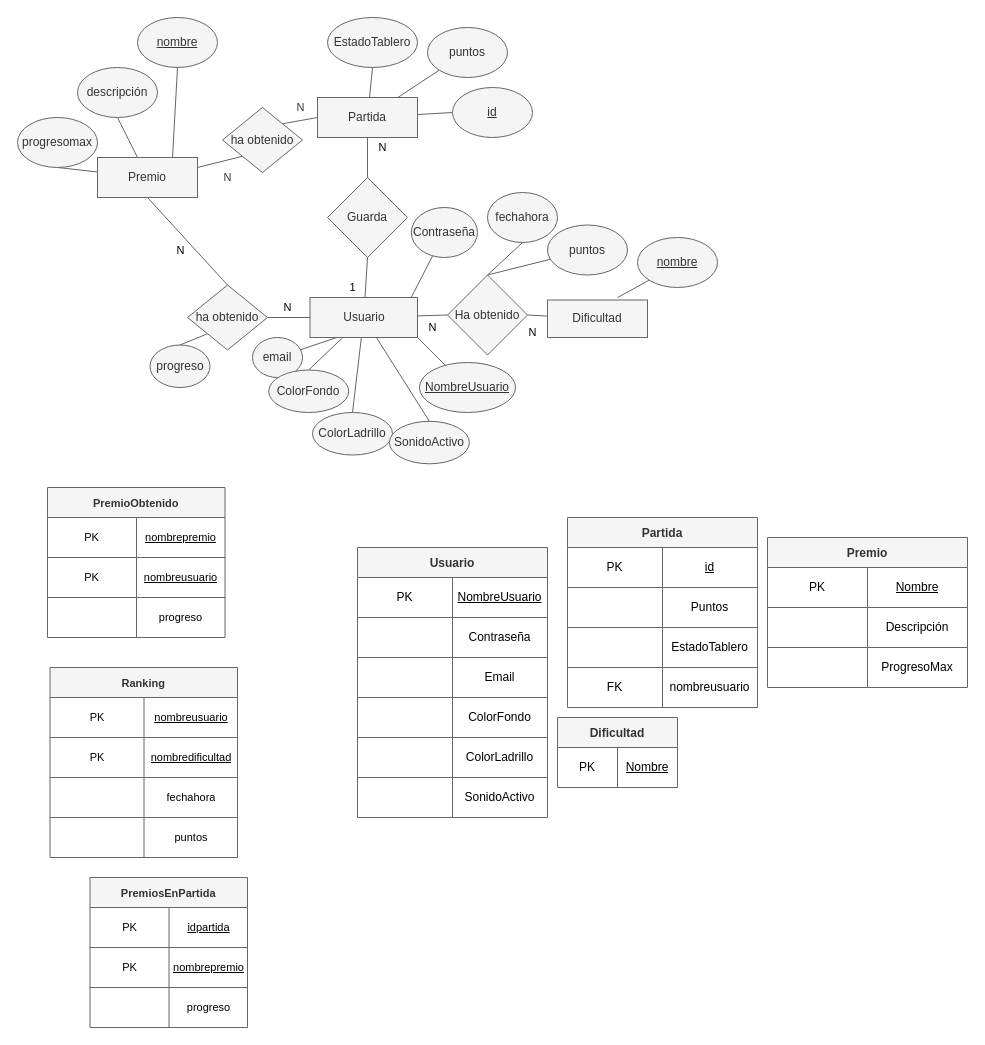
Above: documentacion/dbdd.drawio in mikel-egana-aranguren/ADSI-22-23-Tetris (draw.io), before the change. Source tidied: cells renumbered, new cells numbered last; positions are measured from the earlier drawing's top-left corner, leaving out a move shared by most shapes. Both pictures are drawn from the tidied source at 100%, with x=0, y=0 at pixel (17, 17).
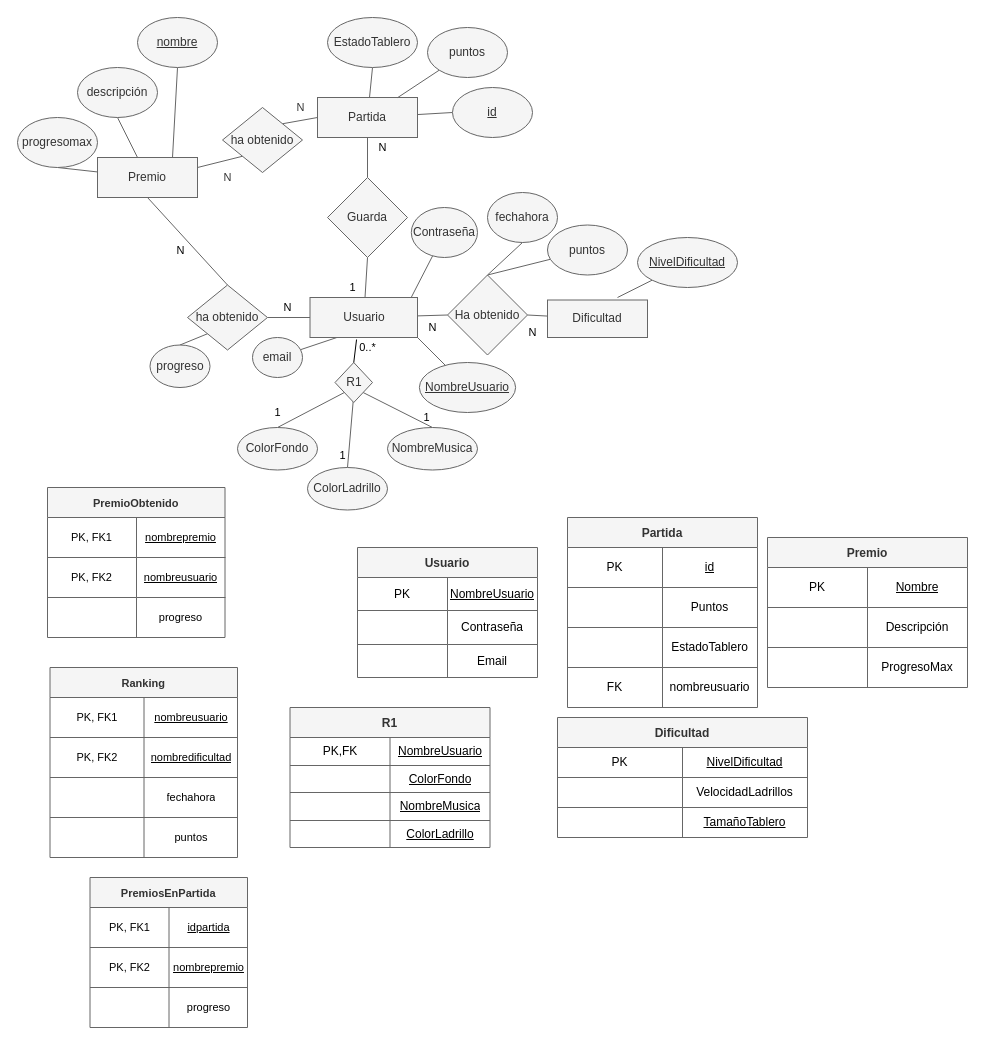
The same diagram, later.

Unchanged cells that the change refers to:
```xml
<mxCell id="33" value="Usuario" style="rounded=0;whiteSpace=wrap;html=1;fillColor=#f5f5f5;fontColor=#333333;strokeColor=#666666;" parent="1" vertex="1">
  <mxGeometry x="292.5" y="280" width="107.5" height="40" as="geometry" />
</mxCell>
<mxCell id="100" style="shape=partialRectangle;html=1;whiteSpace=wrap;fillColor=none;top=0;left=0;bottom=0;right=0;fontFamily=Helvetica;fontSize=11;fontColor=#000000;" parent="99" vertex="1">
  <mxGeometry y="30" width="177.5" height="40" as="geometry" />
</mxCell>
<mxCell id="103" style="shape=partialRectangle;html=1;whiteSpace=wrap;fillColor=none;top=0;left=0;bottom=0;right=0;fontFamily=Helvetica;fontSize=11;fontColor=#000000;" parent="99" vertex="1">
  <mxGeometry y="70" width="177.5" height="40" as="geometry" />
</mxCell>
<mxCell id="110" style="shape=partialRectangle;html=1;whiteSpace=wrap;fillColor=none;top=0;left=0;bottom=0;right=0;fontFamily=Helvetica;fontSize=11;fontColor=#000000;" parent="109" vertex="1">
  <mxGeometry y="30" width="187.5" height="40" as="geometry" />
</mxCell>
<mxCell id="113" style="shape=partialRectangle;html=1;whiteSpace=wrap;fillColor=none;top=0;left=0;bottom=0;right=0;fontFamily=Helvetica;fontSize=11;fontColor=#000000;" parent="109" vertex="1">
  <mxGeometry y="70" width="187.5" height="40" as="geometry" />
</mxCell>
<mxCell id="128" style="shape=partialRectangle;html=1;whiteSpace=wrap;fillColor=none;top=0;left=0;bottom=0;right=0;fontFamily=Helvetica;fontSize=11;fontColor=#000000;" parent="127" vertex="1">
  <mxGeometry y="30" width="157.5" height="40" as="geometry" />
</mxCell>
<mxCell id="131" style="shape=partialRectangle;html=1;whiteSpace=wrap;fillColor=none;top=0;left=0;bottom=0;right=0;fontFamily=Helvetica;fontSize=11;fontColor=#000000;" parent="127" vertex="1">
  <mxGeometry y="70" width="157.5" height="40" as="geometry" />
</mxCell>
```

What changed in the source:
```diff
@@
     <mxCell id="12" value="Dificultad" style="shape=table;startSize=30;childLayout=tableLayout;fontStyle=1;align=center;fontColor=#333333;strokeColor=#666666;fillColor=#f5f5f5;" parent="1" vertex="1">
-      <mxGeometry x="540" y="700" width="120" height="70" as="geometry" />
+      <mxGeometry x="540" y="700" width="250" height="120" as="geometry" />
     </mxCell>
     <mxCell id="13" style="shape=partialRectangle;html=1;whiteSpace=wrap;fillColor=none;top=0;left=0;bottom=0;right=0;fontColor=#000000;strokeColor=#000000;" parent="12" vertex="1">
-      <mxGeometry y="30" width="120" height="40" as="geometry" />
+      <mxGeometry y="30" width="250" height="30" as="geometry" />
     </mxCell>
     <mxCell id="14" value="PK" style="shape=partialRectangle;html=1;whiteSpace=wrap;fillColor=none;top=0;left=0;bottom=0;right=0;overflow=hidden;fontColor=#000000;strokeColor=#000000;" parent="13" vertex="1">
-      <mxGeometry width="60" height="40" as="geometry" />
+      <mxGeometry width="125" height="30" as="geometry" />
     </mxCell>
-    <mxCell id="15" value="&lt;u&gt;Nombre&lt;/u&gt;" style="shape=partialRectangle;html=1;whiteSpace=wrap;fillColor=none;top=0;left=0;bottom=0;right=0;overflow=hidden;fontColor=#000000;strokeColor=#000000;" parent="13" vertex="1">
-      <mxGeometry x="60" width="60" height="40" as="geometry" />
+    <mxCell id="15" value="&lt;u&gt;NivelDificultad&lt;/u&gt;" style="shape=partialRectangle;html=1;whiteSpace=wrap;fillColor=none;top=0;left=0;bottom=0;right=0;overflow=hidden;fontColor=#000000;strokeColor=#000000;" parent="13" vertex="1">
+      <mxGeometry x="125" width="125" height="30" as="geometry" />
     </mxCell>
+    <mxCell id="137" style="shape=partialRectangle;html=1;whiteSpace=wrap;fillColor=none;top=0;left=0;bottom=0;right=0;fontColor=#000000;strokeColor=#000000;" parent="12" vertex="1">
+      <mxGeometry y="60" width="250" height="30" as="geometry" />
+    </mxCell>
+    <mxCell id="138" style="shape=partialRectangle;html=1;whiteSpace=wrap;fillColor=none;top=0;left=0;bottom=0;right=0;overflow=hidden;fontColor=#000000;strokeColor=#000000;" parent="137" vertex="1">
+      <mxGeometry width="125" height="30" as="geometry" />
+    </mxCell>
+    <mxCell id="139" value="VelocidadLadrillos" style="shape=partialRectangle;html=1;whiteSpace=wrap;fillColor=none;top=0;left=0;bottom=0;right=0;overflow=hidden;fontColor=#000000;strokeColor=#000000;" parent="137" vertex="1">
+      <mxGeometry x="125" width="125" height="30" as="geometry" />
+    </mxCell>
+    <mxCell id="140" style="shape=partialRectangle;html=1;whiteSpace=wrap;fillColor=none;top=0;left=0;bottom=0;right=0;fontColor=#000000;strokeColor=#000000;" parent="12" vertex="1">
+      <mxGeometry y="90" width="250" height="30" as="geometry" />
+    </mxCell>
+    <mxCell id="141" style="shape=partialRectangle;html=1;whiteSpace=wrap;fillColor=none;top=0;left=0;bottom=0;right=0;overflow=hidden;fontColor=#000000;strokeColor=default;strokeWidth=1;" parent="140" vertex="1">
+      <mxGeometry width="125" height="30" as="geometry" />
+    </mxCell>
+    <mxCell id="142" value="&lt;u&gt;TamañoTablero&lt;/u&gt;" style="shape=partialRectangle;html=1;whiteSpace=wrap;fillColor=none;top=0;left=0;bottom=0;right=0;overflow=hidden;fontColor=#000000;strokeColor=#000000;" parent="140" vertex="1">
+      <mxGeometry x="125" width="125" height="30" as="geometry" />
+    </mxCell>
@@
-    <mxCell id="61" value="&lt;u&gt;nombre&lt;/u&gt;" style="ellipse;whiteSpace=wrap;html=1;rounded=0;fontFamily=Helvetica;fontSize=12;fontColor=#333333;strokeColor=#666666;fillColor=#f5f5f5;" parent="1" vertex="1">
-      <mxGeometry x="620" y="220" width="80" height="50" as="geometry" />
+    <mxCell id="61" value="&lt;u&gt;NivelDificultad&lt;/u&gt;" style="ellipse;whiteSpace=wrap;html=1;rounded=0;fontFamily=Helvetica;fontSize=12;fontColor=#333333;strokeColor=#666666;fillColor=#f5f5f5;" parent="1" vertex="1">
+      <mxGeometry x="620" y="220" width="100" height="50" as="geometry" />
     </mxCell>
@@
-    <mxCell id="74" style="edgeStyle=none;shape=connector;rounded=1;html=1;exitX=0.5;exitY=0;exitDx=0;exitDy=0;labelBackgroundColor=default;fontFamily=Helvetica;fontSize=11;fontColor=#000000;endArrow=none;endFill=0;strokeColor=#666666;fillColor=#f5f5f5;" parent="1" edge="1" source="75" target="33">
+    <mxCell id="74" style="edgeStyle=none;shape=connector;rounded=1;html=1;exitX=0.5;exitY=0;exitDx=0;exitDy=0;labelBackgroundColor=default;fontFamily=Helvetica;fontSize=11;fontColor=#000000;endArrow=none;endFill=0;strokeColor=#666666;fillColor=#f5f5f5;entryX=0;entryY=1;entryDx=0;entryDy=0;" parent="1" edge="1" source="75" target="143">
       <mxGeometry relative="1" as="geometry" />
     </mxCell>
     <mxCell id="75" value="ColorFondo" style="ellipse;whiteSpace=wrap;html=1;rounded=0;fontFamily=Helvetica;fontSize=12;fontColor=#333333;strokeColor=#666666;fillColor=#f5f5f5;" parent="1" vertex="1">
-      <mxGeometry x="251.2" y="352.5" width="80" height="42.5" as="geometry" />
+      <mxGeometry x="220" y="410" width="80" height="42.5" as="geometry" />
     </mxCell>
-    <mxCell id="76" style="edgeStyle=none;shape=connector;rounded=1;html=1;exitX=0.5;exitY=0;exitDx=0;exitDy=0;labelBackgroundColor=default;fontFamily=Helvetica;fontSize=11;fontColor=#000000;endArrow=none;endFill=0;strokeColor=#666666;fillColor=#f5f5f5;" parent="1" edge="1" source="77" target="33">
-      <mxGeometry relative="1" as="geometry" />
+    <mxCell id="76" style="edgeStyle=none;shape=connector;rounded=1;html=1;exitX=0.5;exitY=0;exitDx=0;exitDy=0;labelBackgroundColor=default;fontFamily=Helvetica;fontSize=11;fontColor=#000000;endArrow=none;endFill=0;strokeColor=#666666;fillColor=#f5f5f5;" parent="1" edge="1" source="77">
+      <mxGeometry relative="1" as="geometry">
+        <mxPoint x="336" y="380" as="targetPoint" />
+      </mxGeometry>
     </mxCell>
     <mxCell id="77" value="ColorLadrillo" style="ellipse;whiteSpace=wrap;html=1;rounded=0;fontFamily=Helvetica;fontSize=12;fontColor=#333333;strokeColor=#666666;fillColor=#f5f5f5;" parent="1" vertex="1">
-      <mxGeometry x="295" y="395" width="80" height="42.5" as="geometry" />
+      <mxGeometry x="290" y="450" width="80" height="42.5" as="geometry" />
     </mxCell>
-    <mxCell id="78" style="edgeStyle=none;shape=connector;rounded=1;html=1;exitX=0.5;exitY=0;exitDx=0;exitDy=0;labelBackgroundColor=default;fontFamily=Helvetica;fontSize=11;fontColor=#000000;endArrow=none;endFill=0;strokeColor=#666666;fillColor=#f5f5f5;" parent="1" edge="1" source="79" target="33">
+    <mxCell id="78" style="edgeStyle=none;shape=connector;rounded=1;html=1;exitX=0.5;exitY=0;exitDx=0;exitDy=0;labelBackgroundColor=default;fontFamily=Helvetica;fontSize=11;fontColor=#000000;endArrow=none;endFill=0;strokeColor=#666666;fillColor=#f5f5f5;entryX=1;entryY=1;entryDx=0;entryDy=0;" parent="1" edge="1" source="79" target="143">
       <mxGeometry relative="1" as="geometry" />
     </mxCell>
-    <mxCell id="79" value="SonidoActivo" style="ellipse;whiteSpace=wrap;html=1;rounded=0;fontFamily=Helvetica;fontSize=12;fontColor=#333333;strokeColor=#666666;fillColor=#f5f5f5;" parent="1" vertex="1">
-      <mxGeometry x="371.9" y="403.8" width="80" height="42.5" as="geometry" />
+    <mxCell id="79" value="NombreMusica" style="ellipse;whiteSpace=wrap;html=1;rounded=0;fontFamily=Helvetica;fontSize=12;fontColor=#333333;strokeColor=#666666;fillColor=#f5f5f5;" parent="1" vertex="1">
+      <mxGeometry x="370" y="410" width="90" height="42.5" as="geometry" />
     </mxCell>
     <mxCell id="80" value="Usuario" style="shape=table;startSize=30;childLayout=tableLayout;fontStyle=1;align=center;fontColor=#333333;strokeColor=#666666;fillColor=#f5f5f5;" parent="1" vertex="1">
-      <mxGeometry x="340" y="530" width="190" height="270" as="geometry" />
+      <mxGeometry x="340" y="530" width="180" height="130" as="geometry" />
     </mxCell>
     <mxCell id="81" style="shape=partialRectangle;html=1;whiteSpace=wrap;fillColor=none;top=0;left=0;bottom=0;right=0;fontColor=#000000;strokeColor=#000000;" parent="80" vertex="1">
-      <mxGeometry y="30" width="190" height="40" as="geometry" />
+      <mxGeometry y="30" width="180" height="33" as="geometry" />
     </mxCell>
     <mxCell id="82" value="PK" style="shape=partialRectangle;html=1;whiteSpace=wrap;fillColor=none;top=0;left=0;bottom=0;right=0;overflow=hidden;fontColor=#000000;strokeColor=#000000;" parent="81" vertex="1">
-      <mxGeometry width="95" height="40" as="geometry" />
+      <mxGeometry width="90" height="33" as="geometry" />
     </mxCell>
     <mxCell id="83" value="&lt;u&gt;NombreUsuario&lt;/u&gt;" style="shape=partialRectangle;html=1;whiteSpace=wrap;fillColor=none;top=0;left=0;bottom=0;right=0;overflow=hidden;fontColor=#000000;strokeColor=#000000;" parent="81" vertex="1">
-      <mxGeometry x="95" width="95" height="40" as="geometry" />
+      <mxGeometry x="90" width="90" height="33" as="geometry" />
     </mxCell>
     <mxCell id="84" style="shape=partialRectangle;html=1;whiteSpace=wrap;fillColor=none;top=0;left=0;bottom=0;right=0;fontColor=#000000;strokeColor=#000000;" parent="80" vertex="1">
-      <mxGeometry y="70" width="190" height="40" as="geometry" />
+      <mxGeometry y="63" width="180" height="34" as="geometry" />
     </mxCell>
     <mxCell id="85" style="shape=partialRectangle;html=1;whiteSpace=wrap;fillColor=none;top=0;left=0;bottom=0;right=0;overflow=hidden;fontColor=#000000;strokeColor=#000000;" parent="84" vertex="1">
-      <mxGeometry width="95" height="40" as="geometry" />
+      <mxGeometry width="90" height="34" as="geometry" />
     </mxCell>
     <mxCell id="86" value="Contraseña" style="shape=partialRectangle;html=1;whiteSpace=wrap;fillColor=none;top=0;left=0;bottom=0;right=0;overflow=hidden;fontColor=#000000;strokeColor=#000000;" parent="84" vertex="1">
-      <mxGeometry x="95" width="95" height="40" as="geometry" />
+      <mxGeometry x="90" width="90" height="34" as="geometry" />
     </mxCell>
     <mxCell id="87" style="shape=partialRectangle;html=1;whiteSpace=wrap;fillColor=none;top=0;left=0;bottom=0;right=0;fontColor=#000000;strokeColor=#000000;" parent="80" vertex="1">
-      <mxGeometry y="110" width="190" height="40" as="geometry" />
+      <mxGeometry y="97" width="180" height="33" as="geometry" />
     </mxCell>
     <mxCell id="88" style="shape=partialRectangle;html=1;whiteSpace=wrap;fillColor=none;top=0;left=0;bottom=0;right=0;overflow=hidden;fontColor=#000000;strokeColor=#000000;" parent="87" vertex="1">
-      <mxGeometry width="95" height="40" as="geometry" />
+      <mxGeometry width="90" height="33" as="geometry" />
     </mxCell>
     <mxCell id="89" value="Email" style="shape=partialRectangle;html=1;whiteSpace=wrap;fillColor=none;top=0;left=0;bottom=0;right=0;overflow=hidden;fontColor=#000000;strokeColor=#000000;" parent="87" vertex="1">
-      <mxGeometry x="95" width="95" height="40" as="geometry" />
+      <mxGeometry x="90" width="90" height="33" as="geometry" />
     </mxCell>
-    <mxCell id="90" style="shape=partialRectangle;html=1;whiteSpace=wrap;fillColor=none;top=0;left=0;bottom=0;right=0;fontColor=#000000;strokeColor=#000000;" parent="80" vertex="1">
-      <mxGeometry y="150" width="190" height="40" as="geometry" />
-    </mxCell>
-    <mxCell id="91" style="shape=partialRectangle;html=1;whiteSpace=wrap;fillColor=none;top=0;left=0;bottom=0;right=0;overflow=hidden;fontColor=#000000;strokeColor=#000000;" parent="90" vertex="1">
-      <mxGeometry width="95" height="40" as="geometry" />
-    </mxCell>
-    <mxCell id="92" value="ColorFondo" style="shape=partialRectangle;html=1;whiteSpace=wrap;fillColor=none;top=0;left=0;bottom=0;right=0;overflow=hidden;fontColor=#000000;strokeColor=#000000;" parent="90" vertex="1">
-      <mxGeometry x="95" width="95" height="40" as="geometry" />
-    </mxCell>
-    <mxCell id="93" style="shape=partialRectangle;html=1;whiteSpace=wrap;fillColor=none;top=0;left=0;bottom=0;right=0;fontColor=#000000;strokeColor=#000000;" parent="80" vertex="1">
-      <mxGeometry y="190" width="190" height="40" as="geometry" />
-    </mxCell>
-    <mxCell id="94" style="shape=partialRectangle;html=1;whiteSpace=wrap;fillColor=none;top=0;left=0;bottom=0;right=0;overflow=hidden;fontColor=#000000;strokeColor=#000000;" parent="93" vertex="1">
-      <mxGeometry width="95" height="40" as="geometry" />
-    </mxCell>
-    <mxCell id="95" value="ColorLadrillo" style="shape=partialRectangle;html=1;whiteSpace=wrap;fillColor=none;top=0;left=0;bottom=0;right=0;overflow=hidden;fontColor=#000000;strokeColor=#000000;" parent="93" vertex="1">
-      <mxGeometry x="95" width="95" height="40" as="geometry" />
-    </mxCell>
-    <mxCell id="96" style="shape=partialRectangle;html=1;whiteSpace=wrap;fillColor=none;top=0;left=0;bottom=0;right=0;fontColor=#000000;strokeColor=#000000;" parent="80" vertex="1">
-      <mxGeometry y="230" width="190" height="40" as="geometry" />
-    </mxCell>
-    <mxCell id="97" style="shape=partialRectangle;html=1;whiteSpace=wrap;fillColor=none;top=0;left=0;bottom=0;right=0;overflow=hidden;fontColor=#000000;strokeColor=#000000;" parent="96" vertex="1">
-      <mxGeometry width="95" height="40" as="geometry" />
-    </mxCell>
-    <mxCell id="98" value="SonidoActivo" style="shape=partialRectangle;html=1;whiteSpace=wrap;fillColor=none;top=0;left=0;bottom=0;right=0;overflow=hidden;fontColor=#000000;strokeColor=#000000;" parent="96" vertex="1">
-      <mxGeometry x="95" width="95" height="40" as="geometry" />
-    </mxCell>
@@
-    <mxCell id="101" value="PK" style="shape=partialRectangle;html=1;whiteSpace=wrap;fillColor=none;top=0;left=0;bottom=0;right=0;overflow=hidden;fontFamily=Helvetica;fontSize=11;fontColor=#000000;" parent="100" vertex="1">
+    <mxCell id="101" value="PK, FK1" style="shape=partialRectangle;html=1;whiteSpace=wrap;fillColor=none;top=0;left=0;bottom=0;right=0;overflow=hidden;fontFamily=Helvetica;fontSize=11;fontColor=#000000;" parent="100" vertex="1">
       <mxGeometry width="89" height="40" as="geometry" />
     </mxCell>
@@
-    <mxCell id="104" value="PK" style="shape=partialRectangle;html=1;whiteSpace=wrap;fillColor=none;top=0;left=0;bottom=0;right=0;overflow=hidden;fontFamily=Helvetica;fontSize=11;fontColor=#000000;" parent="103" vertex="1">
+    <mxCell id="104" value="PK, FK2" style="shape=partialRectangle;html=1;whiteSpace=wrap;fillColor=none;top=0;left=0;bottom=0;right=0;overflow=hidden;fontFamily=Helvetica;fontSize=11;fontColor=#000000;" parent="103" vertex="1">
       <mxGeometry width="89" height="40" as="geometry" />
     </mxCell>
@@
-    <mxCell id="111" value="PK" style="shape=partialRectangle;html=1;whiteSpace=wrap;fillColor=none;top=0;left=0;bottom=0;right=0;overflow=hidden;fontFamily=Helvetica;fontSize=11;fontColor=#000000;" parent="110" vertex="1">
+    <mxCell id="111" value="PK, FK1" style="shape=partialRectangle;html=1;whiteSpace=wrap;fillColor=none;top=0;left=0;bottom=0;right=0;overflow=hidden;fontFamily=Helvetica;fontSize=11;fontColor=#000000;" parent="110" vertex="1">
       <mxGeometry width="94" height="40" as="geometry" />
     </mxCell>
@@
-    <mxCell id="114" value="PK" style="shape=partialRectangle;html=1;whiteSpace=wrap;fillColor=none;top=0;left=0;bottom=0;right=0;overflow=hidden;fontFamily=Helvetica;fontSize=11;fontColor=#000000;" parent="113" vertex="1">
+    <mxCell id="114" value="PK, FK2" style="shape=partialRectangle;html=1;whiteSpace=wrap;fillColor=none;top=0;left=0;bottom=0;right=0;overflow=hidden;fontFamily=Helvetica;fontSize=11;fontColor=#000000;" parent="113" vertex="1">
       <mxGeometry width="94" height="40" as="geometry" />
     </mxCell>
@@
-    <mxCell id="129" value="PK" style="shape=partialRectangle;html=1;whiteSpace=wrap;fillColor=none;top=0;left=0;bottom=0;right=0;overflow=hidden;fontFamily=Helvetica;fontSize=11;fontColor=#000000;" parent="128" vertex="1">
+    <mxCell id="129" value="PK, FK1" style="shape=partialRectangle;html=1;whiteSpace=wrap;fillColor=none;top=0;left=0;bottom=0;right=0;overflow=hidden;fontFamily=Helvetica;fontSize=11;fontColor=#000000;" parent="128" vertex="1">
       <mxGeometry width="79" height="40" as="geometry" />
     </mxCell>
@@
-    <mxCell id="132" value="PK" style="shape=partialRectangle;html=1;whiteSpace=wrap;fillColor=none;top=0;left=0;bottom=0;right=0;overflow=hidden;fontFamily=Helvetica;fontSize=11;fontColor=#000000;" parent="131" vertex="1">
+    <mxCell id="132" value="PK, FK2" style="shape=partialRectangle;html=1;whiteSpace=wrap;fillColor=none;top=0;left=0;bottom=0;right=0;overflow=hidden;fontFamily=Helvetica;fontSize=11;fontColor=#000000;" parent="131" vertex="1">
       <mxGeometry width="79" height="40" as="geometry" />
     </mxCell>
@@
+    <mxCell id="143" value="R1" style="rhombus;whiteSpace=wrap;html=1;rounded=0;fontFamily=Helvetica;fontSize=12;fontColor=#333333;strokeColor=#666666;fillColor=#f5f5f5;" parent="1" vertex="1">
+      <mxGeometry x="317.5" y="345" width="37.5" height="40" as="geometry" />
+    </mxCell>
+    <mxCell id="144" style="endArrow=none;html=1;rounded=0;exitX=0.5;exitY=0;exitDx=0;exitDy=0;entryX=0.433;entryY=1.05;entryDx=0;entryDy=0;entryPerimeter=0;" parent="1" edge="1" source="143" target="33">
+      <mxGeometry relative="1" as="geometry" />
+    </mxCell>
+    <mxCell id="145" value="0..*" style="text;html=1;align=center;verticalAlign=middle;strokeColor=none;fillColor=none;fontSize=11;fontFamily=Helvetica;fontColor=#000000;" parent="1" vertex="1">
+      <mxGeometry x="330" y="315" width="40" height="30" as="geometry" />
+    </mxCell>
+    <mxCell id="146" value="1" style="text;html=1;align=center;verticalAlign=middle;strokeColor=none;fillColor=none;fontSize=11;fontFamily=Helvetica;fontColor=#000000;" parent="1" vertex="1">
+      <mxGeometry x="245" y="380" width="30" height="30" as="geometry" />
+    </mxCell>
+    <mxCell id="147" value="1" style="text;html=1;align=center;verticalAlign=middle;strokeColor=none;fillColor=none;fontSize=11;fontFamily=Helvetica;fontColor=#000000;" parent="1" vertex="1">
+      <mxGeometry x="310" y="422.5" width="30" height="30" as="geometry" />
+    </mxCell>
+    <mxCell id="148" value="1" style="text;html=1;align=center;verticalAlign=middle;strokeColor=none;fillColor=none;fontSize=11;fontFamily=Helvetica;fontColor=#000000;" parent="1" vertex="1">
+      <mxGeometry x="393.8" y="385" width="30" height="30" as="geometry" />
+    </mxCell>
+    <mxCell id="149" value="R1" style="shape=table;startSize=30;childLayout=tableLayout;fontStyle=1;align=center;fontColor=#333333;strokeColor=#666666;fillColor=#f5f5f5;" parent="1" vertex="1">
+      <mxGeometry x="272.5" y="690" width="200" height="140" as="geometry" />
+    </mxCell>
+    <mxCell id="150" style="shape=partialRectangle;html=1;whiteSpace=wrap;fillColor=none;top=0;left=0;bottom=0;right=0;fontColor=#000000;strokeColor=#000000;" parent="149" vertex="1">
+      <mxGeometry y="30" width="200" height="28" as="geometry" />
+    </mxCell>
+    <mxCell id="151" value="PK,FK" style="shape=partialRectangle;html=1;whiteSpace=wrap;fillColor=none;top=0;left=0;bottom=0;right=0;overflow=hidden;fontColor=#000000;strokeColor=#000000;" parent="150" vertex="1">
+      <mxGeometry width="100" height="28" as="geometry" />
+    </mxCell>
+    <mxCell id="152" value="&lt;u&gt;NombreUsuario&lt;/u&gt;" style="shape=partialRectangle;html=1;whiteSpace=wrap;fillColor=none;top=0;left=0;bottom=0;right=0;overflow=hidden;fontColor=#000000;strokeColor=#000000;" parent="150" vertex="1">
+      <mxGeometry x="100" width="100" height="28" as="geometry" />
+    </mxCell>
+    <mxCell id="153" style="shape=partialRectangle;html=1;whiteSpace=wrap;fillColor=none;top=0;left=0;bottom=0;right=0;fontColor=#000000;strokeColor=#000000;" parent="149" vertex="1">
+      <mxGeometry y="58" width="200" height="27" as="geometry" />
+    </mxCell>
+    <mxCell id="154" style="shape=partialRectangle;html=1;whiteSpace=wrap;fillColor=none;top=0;left=0;bottom=0;right=0;overflow=hidden;fontColor=#000000;strokeColor=#000000;" parent="153" vertex="1">
+      <mxGeometry width="100" height="27" as="geometry" />
+    </mxCell>
+    <mxCell id="92" value="&lt;u&gt;ColorFondo&lt;/u&gt;" style="shape=partialRectangle;html=1;whiteSpace=wrap;fillColor=none;top=0;left=0;bottom=0;right=0;overflow=hidden;fontColor=#000000;strokeColor=#000000;" parent="153" vertex="1">
+      <mxGeometry x="100" width="100" height="27" as="geometry" />
+    </mxCell>
+    <mxCell id="155" style="shape=partialRectangle;html=1;whiteSpace=wrap;fillColor=none;top=0;left=0;bottom=0;right=0;fontColor=#000000;strokeColor=#000000;" parent="149" vertex="1">
+      <mxGeometry y="85" width="200" height="28" as="geometry" />
+    </mxCell>
+    <mxCell id="156" style="shape=partialRectangle;html=1;whiteSpace=wrap;fillColor=none;top=0;left=0;bottom=0;right=0;overflow=hidden;fontColor=#000000;strokeColor=#000000;" parent="155" vertex="1">
+      <mxGeometry width="100" height="28" as="geometry" />
+    </mxCell>
+    <mxCell id="157" value="&lt;u&gt;NombreMusica&lt;/u&gt;" style="shape=partialRectangle;html=1;whiteSpace=wrap;fillColor=none;top=0;left=0;bottom=0;right=0;overflow=hidden;fontColor=#000000;strokeColor=#000000;" parent="155" vertex="1">
+      <mxGeometry x="100" width="100" height="28" as="geometry" />
+    </mxCell>
+    <mxCell id="158" style="shape=partialRectangle;html=1;whiteSpace=wrap;fillColor=none;top=0;left=0;bottom=0;right=0;fontColor=#000000;strokeColor=#000000;" parent="149" vertex="1">
+      <mxGeometry y="113" width="200" height="27" as="geometry" />
+    </mxCell>
+    <mxCell id="159" style="shape=partialRectangle;html=1;whiteSpace=wrap;fillColor=none;top=0;left=0;bottom=0;right=0;overflow=hidden;fontColor=#000000;strokeColor=#000000;" parent="158" vertex="1">
+      <mxGeometry width="100" height="27" as="geometry" />
+    </mxCell>
+    <mxCell id="95" value="&lt;u&gt;ColorLadrillo&lt;/u&gt;" style="shape=partialRectangle;html=1;whiteSpace=wrap;fillColor=none;top=0;left=0;bottom=0;right=0;overflow=hidden;fontColor=#000000;strokeColor=#000000;" parent="158" vertex="1">
+      <mxGeometry x="100" width="100" height="27" as="geometry" />
+    </mxCell>
```
